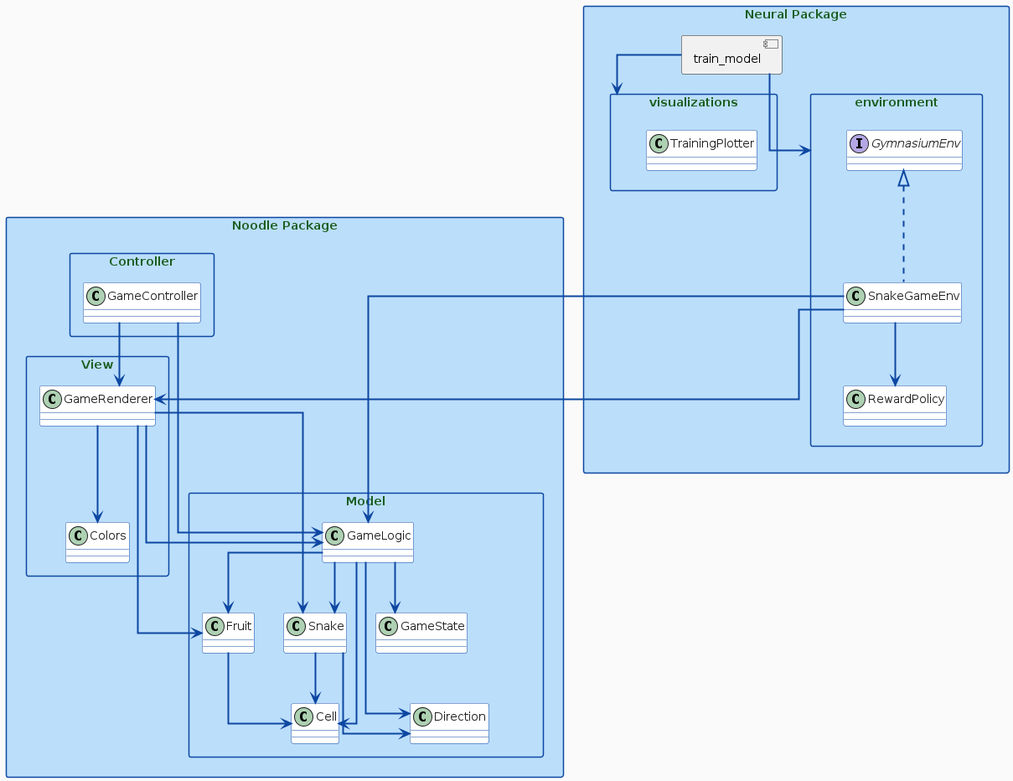
This is docs/architecture.png from tctibbs/neural-noodle, a PlantUML export, as it was before one commit.
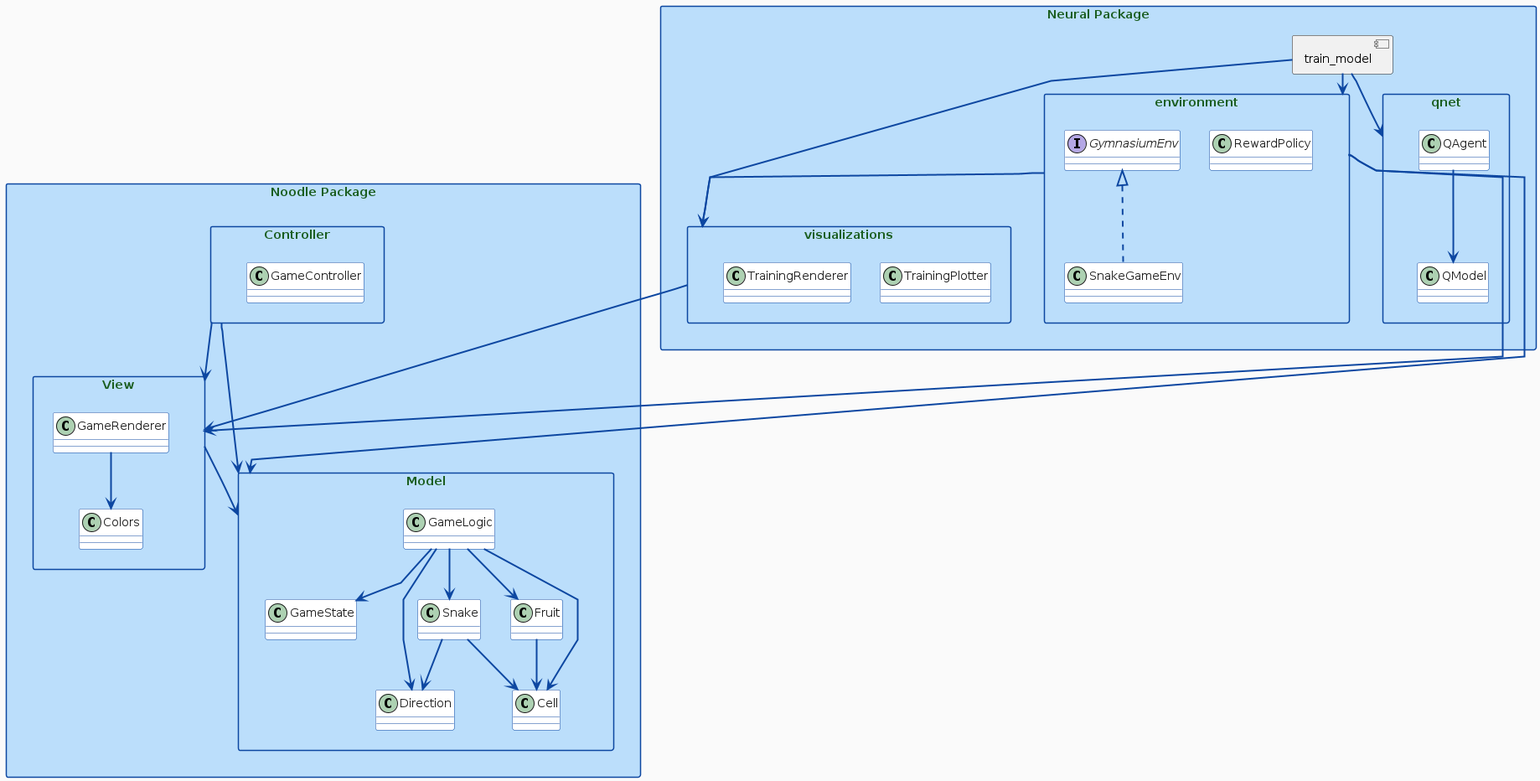
The same diagram one commit later.

Commit message:
Updated arch diagram

Diff of the diagram source:
```diff
@@ -4,7 +4,7 @@
 skinparam packageStyle rect
 allow_mixing
 
-skinparam linetype ortho
+skinparam linetype polyline
 
 skinparam backgroundColor #FAFAFA
 skinparam shadowing false
@@ -26,23 +26,36 @@
 }
 
 package "Noodle Package" {
-    package "Model" {
-        class GameLogic
-        class GameState
-        class Snake
-        class Fruit
-        class Direction
-        class Cell
-    }
+  package "Model" {
+    class GameLogic
+    class GameState
+    class Snake
+    class Fruit
+    class Direction
+    class Cell
 
-    package "View" {
-        class GameRenderer
-        class Colors
-    }
+    GameLogic --> GameState
+    GameLogic --> Snake
+    GameLogic --> Fruit
+    GameLogic --> Direction
+    GameLogic --> Cell
 
-    package "Controller" {
-        class GameController
-    }
+    Snake --> Direction
+    Snake --> Cell
+
+    Fruit --> Cell
+  }
+
+  package "View" {
+    class GameRenderer
+    class Colors
+
+    GameRenderer --> Colors
+  }
+
+  package "Controller" {
+    class GameController
+  }
 }
 
 package "Neural Package" {
@@ -50,6 +63,7 @@
 
   package visualizations {
     class TrainingPlotter
+    class TrainingRenderer
   }
 
   package environment {
@@ -59,33 +73,26 @@
     class SnakeGameEnv implements GymnasiumEnv
   }
 
+  package qnet {
+    class QModel
+    class QAgent
 
-
+    QAgent --> QModel
+  }
 }
 
-GameController --> GameLogic
-GameController --> GameRenderer
-
-GameLogic --> GameState
-GameLogic --> Snake
-GameLogic --> Fruit
-GameLogic --> Direction
-GameLogic --> Cell
-
-Snake --> Direction
-Snake --> Cell
-
-Fruit --> Cell
-
-GameRenderer --> GameLogic
-GameRenderer --> Snake
-GameRenderer --> Fruit
-GameRenderer --> Colors
+Controller --> Model
+Controller --> View
+View --> Model
 
 train_model --> visualizations
 train_model --> environment
-SnakeGameEnv --> GameLogic
-SnakeGameEnv --> GameRenderer
-SnakeGameEnv --> RewardPolicy
+train_model --> qnet
+
+environment --> visualizations
+environment --> Model
+environment --> View
+
+visualizations --> View
 
 @enduml
```
